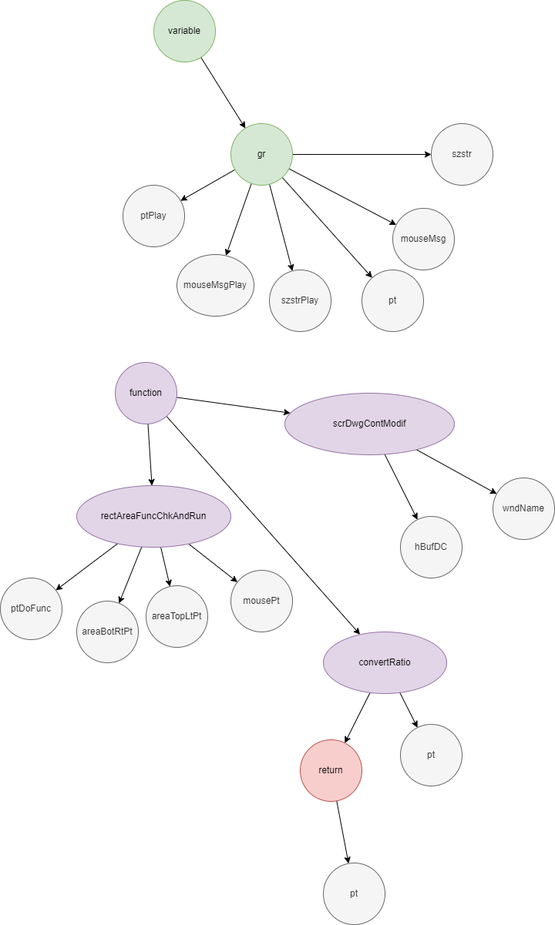
Before: drawio/files/graphic/h.drawio.png, a diagram exported from draw.io (Tanso-mct/GLPA). Source tidied: cells renumbered, new cells last; positions are measured from the earlier drawing's top-left corner, leaving out a move shared by most shapes. Source of this version:
```xml
<mxGraphModel>
  <root>
    <mxCell id="0" />
    <mxCell id="1" parent="0" />
    <mxCell id="2" style="edgeStyle=none;html=1;fontFamily=Helvetica;fontSize=12;fontColor=#333333;" parent="1" edge="1" source="8" target="9">
      <mxGeometry relative="1" as="geometry" />
    </mxCell>
    <mxCell id="3" style="edgeStyle=none;html=1;fontFamily=Helvetica;fontSize=12;fontColor=#333333;" parent="1" edge="1" source="8" target="10">
      <mxGeometry relative="1" as="geometry" />
    </mxCell>
    <mxCell id="4" style="edgeStyle=none;html=1;fontFamily=Helvetica;fontSize=12;fontColor=#333333;" parent="1" edge="1" source="8" target="11">
      <mxGeometry relative="1" as="geometry" />
    </mxCell>
    <mxCell id="5" style="edgeStyle=none;html=1;fontFamily=Helvetica;fontSize=12;fontColor=#333333;" parent="1" edge="1" source="8" target="12">
      <mxGeometry relative="1" as="geometry" />
    </mxCell>
    <mxCell id="6" style="edgeStyle=none;html=1;fontFamily=Helvetica;fontSize=12;fontColor=#333333;" parent="1" edge="1" source="8" target="13">
      <mxGeometry relative="1" as="geometry" />
    </mxCell>
    <mxCell id="7" style="edgeStyle=none;html=1;fontFamily=Helvetica;fontSize=12;fontColor=#333333;" parent="1" edge="1" source="8" target="14">
      <mxGeometry relative="1" as="geometry" />
    </mxCell>
    <mxCell id="8" value="gr" style="ellipse;whiteSpace=wrap;html=1;fillColor=#d5e8d4;strokeColor=#82b366;" parent="1" vertex="1">
      <mxGeometry x="299" y="160" width="80" height="80" as="geometry" />
    </mxCell>
    <mxCell id="9" value="szstr" style="ellipse;whiteSpace=wrap;html=1;strokeColor=#666666;fontFamily=Helvetica;fontSize=12;fontColor=#333333;fillColor=#f5f5f5;" parent="1" vertex="1">
      <mxGeometry x="559" y="160" width="80" height="80" as="geometry" />
    </mxCell>
    <mxCell id="10" value="mouseMsg" style="ellipse;whiteSpace=wrap;html=1;strokeColor=#666666;fontFamily=Helvetica;fontSize=12;fontColor=#333333;fillColor=#f5f5f5;" parent="1" vertex="1">
      <mxGeometry x="509" y="270" width="80" height="80" as="geometry" />
    </mxCell>
    <mxCell id="11" value="pt" style="ellipse;whiteSpace=wrap;html=1;strokeColor=#666666;fontFamily=Helvetica;fontSize=12;fontColor=#333333;fillColor=#f5f5f5;" parent="1" vertex="1">
      <mxGeometry x="469" y="350" width="80" height="80" as="geometry" />
    </mxCell>
    <mxCell id="12" value="szstrPlay" style="ellipse;whiteSpace=wrap;html=1;strokeColor=#666666;fontFamily=Helvetica;fontSize=12;fontColor=#333333;fillColor=#f5f5f5;" parent="1" vertex="1">
      <mxGeometry x="349" y="350" width="80" height="80" as="geometry" />
    </mxCell>
    <mxCell id="13" value="mouseMsgPlay" style="ellipse;whiteSpace=wrap;html=1;strokeColor=#666666;fontFamily=Helvetica;fontSize=12;fontColor=#333333;fillColor=#f5f5f5;" parent="1" vertex="1">
      <mxGeometry x="229" y="330" width="100" height="80" as="geometry" />
    </mxCell>
    <mxCell id="14" value="ptPlay" style="ellipse;whiteSpace=wrap;html=1;strokeColor=#666666;fontFamily=Helvetica;fontSize=12;fontColor=#333333;fillColor=#f5f5f5;" parent="1" vertex="1">
      <mxGeometry x="159" y="240" width="80" height="80" as="geometry" />
    </mxCell>
    <mxCell id="15" style="edgeStyle=none;html=1;fontFamily=Helvetica;fontSize=12;fontColor=#333333;" parent="1" edge="1" source="18" target="21">
      <mxGeometry relative="1" as="geometry" />
    </mxCell>
    <mxCell id="16" style="edgeStyle=none;html=1;fontFamily=Helvetica;fontSize=12;fontColor=#333333;" parent="1" edge="1" source="18" target="26">
      <mxGeometry relative="1" as="geometry" />
    </mxCell>
    <mxCell id="17" style="edgeStyle=none;html=1;fontFamily=Helvetica;fontSize=12;fontColor=#333333;" parent="1" edge="1" source="18" target="35">
      <mxGeometry relative="1" as="geometry" />
    </mxCell>
    <mxCell id="18" value="function" style="ellipse;whiteSpace=wrap;html=1;strokeColor=#9673a6;fontFamily=Helvetica;fontSize=12;fillColor=#e1d5e7;" parent="1" vertex="1">
      <mxGeometry x="149" y="470" width="80" height="80" as="geometry" />
    </mxCell>
    <mxCell id="19" style="edgeStyle=none;html=1;fontFamily=Helvetica;fontSize=12;fontColor=#333333;" parent="1" edge="1" source="21" target="31">
      <mxGeometry relative="1" as="geometry" />
    </mxCell>
    <mxCell id="20" style="edgeStyle=none;html=1;fontFamily=Helvetica;fontSize=12;fontColor=#333333;" parent="1" edge="1" source="21" target="32">
      <mxGeometry relative="1" as="geometry" />
    </mxCell>
    <mxCell id="21" value="scrDwgContModif" style="ellipse;whiteSpace=wrap;html=1;strokeColor=#9673a6;fontFamily=Helvetica;fontSize=12;fillColor=#e1d5e7;" parent="1" vertex="1">
      <mxGeometry x="369" y="510" width="220" height="80" as="geometry" />
    </mxCell>
    <mxCell id="22" style="edgeStyle=none;html=1;fontFamily=Helvetica;fontSize=12;fontColor=#333333;" parent="1" edge="1" source="26" target="27">
      <mxGeometry relative="1" as="geometry" />
    </mxCell>
    <mxCell id="23" style="edgeStyle=none;html=1;fontFamily=Helvetica;fontSize=12;fontColor=#333333;" parent="1" edge="1" source="26" target="28">
      <mxGeometry relative="1" as="geometry" />
    </mxCell>
    <mxCell id="24" style="edgeStyle=none;html=1;fontFamily=Helvetica;fontSize=12;fontColor=#333333;" parent="1" edge="1" source="26" target="29">
      <mxGeometry relative="1" as="geometry" />
    </mxCell>
    <mxCell id="25" style="edgeStyle=none;html=1;fontFamily=Helvetica;fontSize=12;fontColor=#333333;" parent="1" edge="1" source="26" target="30">
      <mxGeometry relative="1" as="geometry" />
    </mxCell>
    <mxCell id="26" value="rectAreaFuncChkAndRun" style="ellipse;whiteSpace=wrap;html=1;fillColor=#e1d5e7;strokeColor=#9673a6;" parent="1" vertex="1">
      <mxGeometry x="99" y="630" width="200" height="80" as="geometry" />
    </mxCell>
    <mxCell id="27" value="mousePt" style="ellipse;whiteSpace=wrap;html=1;strokeColor=#666666;fontFamily=Helvetica;fontSize=12;fontColor=#333333;fillColor=#f5f5f5;" parent="1" vertex="1">
      <mxGeometry x="299" y="740" width="80" height="80" as="geometry" />
    </mxCell>
    <mxCell id="28" value="areaTopLtPt" style="ellipse;whiteSpace=wrap;html=1;strokeColor=#666666;fontFamily=Helvetica;fontSize=12;fontColor=#333333;fillColor=#f5f5f5;" parent="1" vertex="1">
      <mxGeometry x="189" y="760" width="80" height="80" as="geometry" />
    </mxCell>
    <mxCell id="29" value="areaBotRtPt" style="ellipse;whiteSpace=wrap;html=1;strokeColor=#666666;fontFamily=Helvetica;fontSize=12;fontColor=#333333;fillColor=#f5f5f5;" parent="1" vertex="1">
      <mxGeometry x="99" y="780" width="80" height="80" as="geometry" />
    </mxCell>
    <mxCell id="30" value="ptDoFunc" style="ellipse;whiteSpace=wrap;html=1;strokeColor=#666666;fontFamily=Helvetica;fontSize=12;fontColor=#333333;fillColor=#f5f5f5;" parent="1" vertex="1">
      <mxGeometry y="750" width="80" height="80" as="geometry" />
    </mxCell>
    <mxCell id="31" value="wndName" style="ellipse;whiteSpace=wrap;html=1;strokeColor=#666666;fontFamily=Helvetica;fontSize=12;fontColor=#333333;fillColor=#f5f5f5;" parent="1" vertex="1">
      <mxGeometry x="639" y="620" width="80" height="80" as="geometry" />
    </mxCell>
    <mxCell id="32" value="hBufDC" style="ellipse;whiteSpace=wrap;html=1;strokeColor=#666666;fontFamily=Helvetica;fontSize=12;fontColor=#333333;fillColor=#f5f5f5;" parent="1" vertex="1">
      <mxGeometry x="519" y="670" width="80" height="80" as="geometry" />
    </mxCell>
    <mxCell id="33" style="edgeStyle=none;html=1;fontFamily=Helvetica;fontSize=12;fontColor=#333333;" parent="1" edge="1" source="35" target="36">
      <mxGeometry relative="1" as="geometry" />
    </mxCell>
    <mxCell id="34" style="edgeStyle=none;html=1;fontFamily=Helvetica;fontSize=12;fontColor=#333333;" parent="1" edge="1" source="35" target="38">
      <mxGeometry relative="1" as="geometry" />
    </mxCell>
    <mxCell id="35" value="convertRatio" style="ellipse;whiteSpace=wrap;html=1;strokeColor=#9673a6;fontFamily=Helvetica;fontSize=12;fillColor=#e1d5e7;" parent="1" vertex="1">
      <mxGeometry x="419" y="820" width="160" height="80" as="geometry" />
    </mxCell>
    <mxCell id="36" value="pt" style="ellipse;whiteSpace=wrap;html=1;strokeColor=#666666;fontFamily=Helvetica;fontSize=12;fontColor=#333333;fillColor=#f5f5f5;" parent="1" vertex="1">
      <mxGeometry x="519" y="940" width="80" height="80" as="geometry" />
    </mxCell>
    <mxCell id="37" style="edgeStyle=none;html=1;fontFamily=Helvetica;fontSize=12;fontColor=#333333;" parent="1" edge="1" source="38" target="39">
      <mxGeometry relative="1" as="geometry" />
    </mxCell>
    <mxCell id="38" value="return" style="ellipse;whiteSpace=wrap;html=1;strokeColor=#b85450;fontFamily=Helvetica;fontSize=12;fillColor=#f8cecc;" parent="1" vertex="1">
      <mxGeometry x="389" y="960" width="80" height="80" as="geometry" />
    </mxCell>
    <mxCell id="39" value="pt" style="ellipse;whiteSpace=wrap;html=1;strokeColor=#666666;fontFamily=Helvetica;fontSize=12;fontColor=#333333;fillColor=#f5f5f5;" parent="1" vertex="1">
      <mxGeometry x="419" y="1120" width="80" height="80" as="geometry" />
    </mxCell>
    <mxCell id="40" style="edgeStyle=none;html=1;fontFamily=Helvetica;fontSize=12;fontColor=#333333;" parent="1" edge="1" source="41" target="8">
      <mxGeometry relative="1" as="geometry" />
    </mxCell>
    <mxCell id="41" value="variable" style="ellipse;whiteSpace=wrap;html=1;strokeColor=#82b366;fontFamily=Helvetica;fontSize=12;fillColor=#d5e8d4;" parent="1" vertex="1">
      <mxGeometry x="199" width="80" height="80" as="geometry" />
    </mxCell>
  </root>
</mxGraphModel>
```
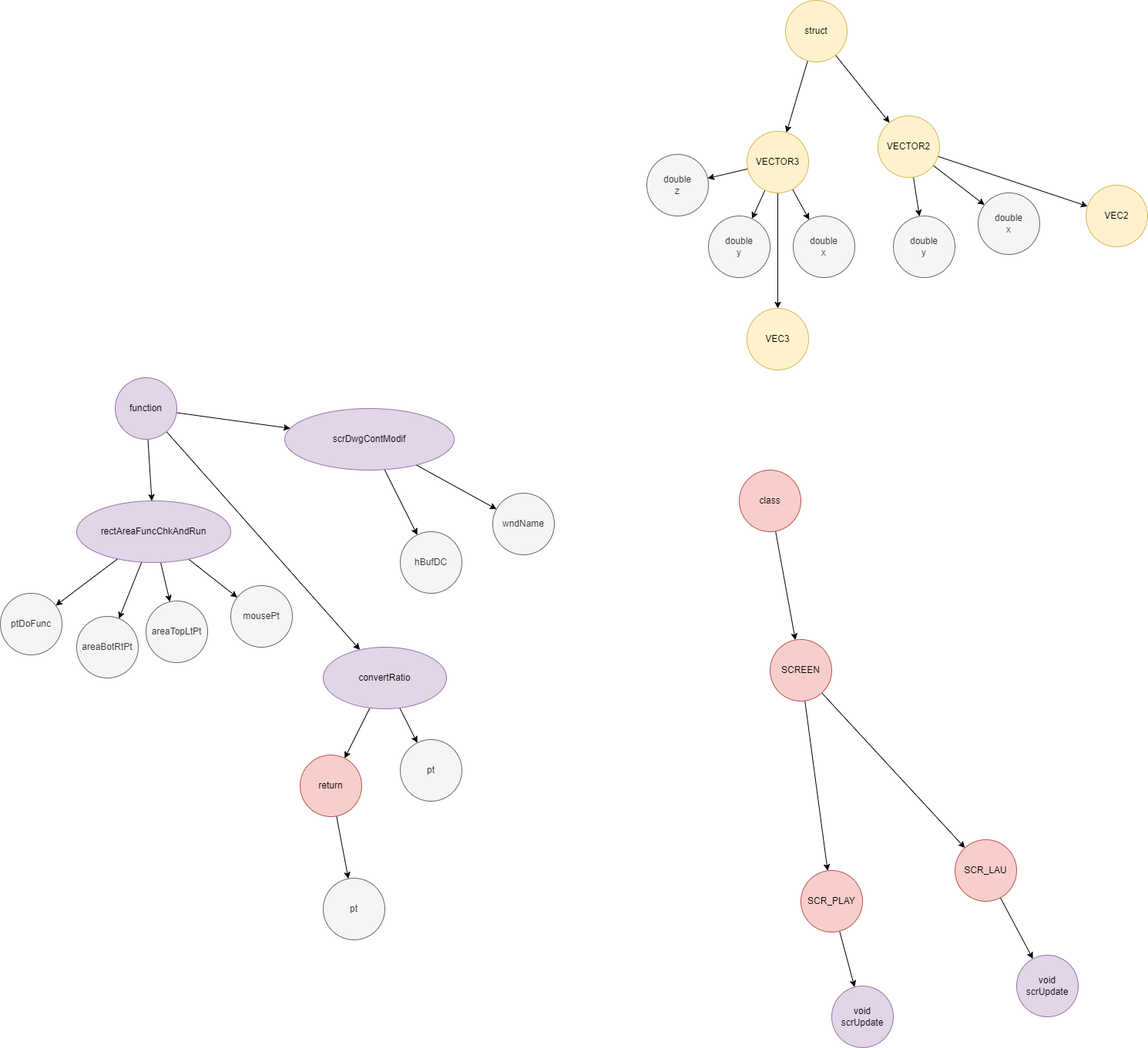
After the change.

What changed in the source:
```diff
@@ -2,45 +2,6 @@
   <root>
     <mxCell id="0" />
     <mxCell id="1" parent="0" />
-    <mxCell id="2" style="edgeStyle=none;html=1;fontFamily=Helvetica;fontSize=12;fontColor=#333333;" parent="1" edge="1" source="8" target="9">
-      <mxGeometry relative="1" as="geometry" />
-    </mxCell>
-    <mxCell id="3" style="edgeStyle=none;html=1;fontFamily=Helvetica;fontSize=12;fontColor=#333333;" parent="1" edge="1" source="8" target="10">
-      <mxGeometry relative="1" as="geometry" />
-    </mxCell>
-    <mxCell id="4" style="edgeStyle=none;html=1;fontFamily=Helvetica;fontSize=12;fontColor=#333333;" parent="1" edge="1" source="8" target="11">
-      <mxGeometry relative="1" as="geometry" />
-    </mxCell>
-    <mxCell id="5" style="edgeStyle=none;html=1;fontFamily=Helvetica;fontSize=12;fontColor=#333333;" parent="1" edge="1" source="8" target="12">
-      <mxGeometry relative="1" as="geometry" />
-    </mxCell>
-    <mxCell id="6" style="edgeStyle=none;html=1;fontFamily=Helvetica;fontSize=12;fontColor=#333333;" parent="1" edge="1" source="8" target="13">
-      <mxGeometry relative="1" as="geometry" />
-    </mxCell>
-    <mxCell id="7" style="edgeStyle=none;html=1;fontFamily=Helvetica;fontSize=12;fontColor=#333333;" parent="1" edge="1" source="8" target="14">
-      <mxGeometry relative="1" as="geometry" />
-    </mxCell>
-    <mxCell id="8" value="gr" style="ellipse;whiteSpace=wrap;html=1;fillColor=#d5e8d4;strokeColor=#82b366;" parent="1" vertex="1">
-      <mxGeometry x="299" y="160" width="80" height="80" as="geometry" />
-    </mxCell>
-    <mxCell id="9" value="szstr" style="ellipse;whiteSpace=wrap;html=1;strokeColor=#666666;fontFamily=Helvetica;fontSize=12;fontColor=#333333;fillColor=#f5f5f5;" parent="1" vertex="1">
-      <mxGeometry x="559" y="160" width="80" height="80" as="geometry" />
-    </mxCell>
-    <mxCell id="10" value="mouseMsg" style="ellipse;whiteSpace=wrap;html=1;strokeColor=#666666;fontFamily=Helvetica;fontSize=12;fontColor=#333333;fillColor=#f5f5f5;" parent="1" vertex="1">
-      <mxGeometry x="509" y="270" width="80" height="80" as="geometry" />
-    </mxCell>
-    <mxCell id="11" value="pt" style="ellipse;whiteSpace=wrap;html=1;strokeColor=#666666;fontFamily=Helvetica;fontSize=12;fontColor=#333333;fillColor=#f5f5f5;" parent="1" vertex="1">
-      <mxGeometry x="469" y="350" width="80" height="80" as="geometry" />
-    </mxCell>
-    <mxCell id="12" value="szstrPlay" style="ellipse;whiteSpace=wrap;html=1;strokeColor=#666666;fontFamily=Helvetica;fontSize=12;fontColor=#333333;fillColor=#f5f5f5;" parent="1" vertex="1">
-      <mxGeometry x="349" y="350" width="80" height="80" as="geometry" />
-    </mxCell>
-    <mxCell id="13" value="mouseMsgPlay" style="ellipse;whiteSpace=wrap;html=1;strokeColor=#666666;fontFamily=Helvetica;fontSize=12;fontColor=#333333;fillColor=#f5f5f5;" parent="1" vertex="1">
-      <mxGeometry x="229" y="330" width="100" height="80" as="geometry" />
-    </mxCell>
-    <mxCell id="14" value="ptPlay" style="ellipse;whiteSpace=wrap;html=1;strokeColor=#666666;fontFamily=Helvetica;fontSize=12;fontColor=#333333;fillColor=#f5f5f5;" parent="1" vertex="1">
-      <mxGeometry x="159" y="240" width="80" height="80" as="geometry" />
-    </mxCell>
     <mxCell id="15" style="edgeStyle=none;html=1;fontFamily=Helvetica;fontSize=12;fontColor=#333333;" parent="1" edge="1" source="18" target="21">
       <mxGeometry relative="1" as="geometry" />
     </mxCell>
@@ -116,11 +77,95 @@
     <mxCell id="39" value="pt" style="ellipse;whiteSpace=wrap;html=1;strokeColor=#666666;fontFamily=Helvetica;fontSize=12;fontColor=#333333;fillColor=#f5f5f5;" parent="1" vertex="1">
       <mxGeometry x="419" y="1120" width="80" height="80" as="geometry" />
     </mxCell>
-    <mxCell id="40" style="edgeStyle=none;html=1;fontFamily=Helvetica;fontSize=12;fontColor=#333333;" parent="1" edge="1" source="41" target="8">
-      <mxGeometry relative="1" as="geometry" />
-    </mxCell>
-    <mxCell id="41" value="variable" style="ellipse;whiteSpace=wrap;html=1;strokeColor=#82b366;fontFamily=Helvetica;fontSize=12;fillColor=#d5e8d4;" parent="1" vertex="1">
-      <mxGeometry x="199" width="80" height="80" as="geometry" />
-    </mxCell>
+    <mxCell id="42" style="edgeStyle=none;html=1;fontFamily=Helvetica;fontSize=12;fontColor=#333333;" parent="1" edge="1" source="44" target="48">
+      <mxGeometry relative="1" as="geometry" />
+    </mxCell>
+    <mxCell id="43" style="edgeStyle=none;html=1;fontFamily=Helvetica;fontSize=12;fontColor=#333333;" parent="1" edge="1" source="44" target="55">
+      <mxGeometry relative="1" as="geometry" />
+    </mxCell>
+    <mxCell id="44" value="struct" style="ellipse;whiteSpace=wrap;html=1;strokeColor=#d6b656;fontFamily=Helvetica;fontSize=12;fillColor=#fff2cc;" parent="1" vertex="1">
+      <mxGeometry x="1019" y="-20" width="80" height="80" as="geometry" />
+    </mxCell>
+    <mxCell id="45" style="edgeStyle=none;html=1;fontFamily=Helvetica;fontSize=12;fontColor=#333333;" parent="1" edge="1" source="48" target="49">
+      <mxGeometry relative="1" as="geometry" />
+    </mxCell>
+    <mxCell id="46" style="edgeStyle=none;html=1;fontFamily=Helvetica;fontSize=12;fontColor=#333333;" parent="1" edge="1" source="48" target="50">
+      <mxGeometry relative="1" as="geometry" />
+    </mxCell>
+    <mxCell id="47" style="edgeStyle=none;html=1;fontFamily=Helvetica;fontSize=12;fontColor=#333333;" parent="1" edge="1" source="48" target="59">
+      <mxGeometry relative="1" as="geometry" />
+    </mxCell>
+    <mxCell id="48" value="VECTOR2" style="ellipse;whiteSpace=wrap;html=1;strokeColor=#d6b656;fontFamily=Helvetica;fontSize=12;fillColor=#fff2cc;" parent="1" vertex="1">
+      <mxGeometry x="1139" y="130" width="80" height="80" as="geometry" />
+    </mxCell>
+    <mxCell id="49" value="double&lt;br&gt;x" style="ellipse;whiteSpace=wrap;html=1;strokeColor=#666666;fontFamily=Helvetica;fontSize=12;fontColor=#333333;fillColor=#f5f5f5;" parent="1" vertex="1">
+      <mxGeometry x="1269" y="230" width="80" height="80" as="geometry" />
+    </mxCell>
+    <mxCell id="50" value="double&lt;br&gt;y" style="ellipse;whiteSpace=wrap;html=1;strokeColor=#666666;fontFamily=Helvetica;fontSize=12;fontColor=#333333;fillColor=#f5f5f5;" parent="1" vertex="1">
+      <mxGeometry x="1159" y="260" width="80" height="80" as="geometry" />
+    </mxCell>
+    <mxCell id="51" style="edgeStyle=none;html=1;fontFamily=Helvetica;fontSize=12;fontColor=#333333;" parent="1" edge="1" source="55" target="56">
+      <mxGeometry relative="1" as="geometry" />
+    </mxCell>
+    <mxCell id="52" style="edgeStyle=none;html=1;fontFamily=Helvetica;fontSize=12;fontColor=#333333;" parent="1" edge="1" source="55" target="57">
+      <mxGeometry relative="1" as="geometry" />
+    </mxCell>
+    <mxCell id="53" style="edgeStyle=none;html=1;fontFamily=Helvetica;fontSize=12;fontColor=#333333;" parent="1" edge="1" source="55" target="58">
+      <mxGeometry relative="1" as="geometry" />
+    </mxCell>
+    <mxCell id="54" style="edgeStyle=none;html=1;fontFamily=Helvetica;fontSize=12;fontColor=#333333;" parent="1" edge="1" source="55" target="60">
+      <mxGeometry relative="1" as="geometry" />
+    </mxCell>
+    <mxCell id="55" value="VECTOR3" style="ellipse;whiteSpace=wrap;html=1;strokeColor=#d6b656;fontFamily=Helvetica;fontSize=12;fillColor=#fff2cc;" parent="1" vertex="1">
+      <mxGeometry x="969" y="150" width="80" height="80" as="geometry" />
+    </mxCell>
+    <mxCell id="56" value="double&lt;br&gt;x" style="ellipse;whiteSpace=wrap;html=1;strokeColor=#666666;fontFamily=Helvetica;fontSize=12;fontColor=#333333;fillColor=#f5f5f5;" parent="1" vertex="1">
+      <mxGeometry x="1029" y="260" width="80" height="80" as="geometry" />
+    </mxCell>
+    <mxCell id="57" value="double&lt;br&gt;y" style="ellipse;whiteSpace=wrap;html=1;strokeColor=#666666;fontFamily=Helvetica;fontSize=12;fontColor=#333333;fillColor=#f5f5f5;" parent="1" vertex="1">
+      <mxGeometry x="919" y="260" width="80" height="80" as="geometry" />
+    </mxCell>
+    <mxCell id="58" value="double&lt;br&gt;z" style="ellipse;whiteSpace=wrap;html=1;strokeColor=#666666;fontFamily=Helvetica;fontSize=12;fontColor=#333333;fillColor=#f5f5f5;" parent="1" vertex="1">
+      <mxGeometry x="839" y="180" width="80" height="80" as="geometry" />
+    </mxCell>
+    <mxCell id="59" value="VEC2" style="ellipse;whiteSpace=wrap;html=1;strokeColor=#d6b656;fontFamily=Helvetica;fontSize=12;fillColor=#fff2cc;" parent="1" vertex="1">
+      <mxGeometry x="1409" y="220" width="80" height="80" as="geometry" />
+    </mxCell>
+    <mxCell id="60" value="VEC3" style="ellipse;whiteSpace=wrap;html=1;strokeColor=#d6b656;fontFamily=Helvetica;fontSize=12;fillColor=#fff2cc;" parent="1" vertex="1">
+      <mxGeometry x="969" y="380" width="80" height="80" as="geometry" />
+    </mxCell>
+    <mxCell id="61" style="edgeStyle=none;html=1;fontFamily=Helvetica;fontSize=12;fontColor=#333333;" parent="1" edge="1" source="62" target="65">
+      <mxGeometry relative="1" as="geometry" />
+    </mxCell>
+    <mxCell id="62" value="class" style="ellipse;whiteSpace=wrap;html=1;strokeColor=#b85450;fontFamily=Helvetica;fontSize=12;fillColor=#f8cecc;" parent="1" vertex="1">
+      <mxGeometry x="959" y="590" width="80" height="80" as="geometry" />
+    </mxCell>
+    <mxCell id="63" style="edgeStyle=none;html=1;fontFamily=Helvetica;fontSize=12;fontColor=#333333;" parent="1" edge="1" source="65" target="67">
+      <mxGeometry relative="1" as="geometry" />
+    </mxCell>
+    <mxCell id="64" style="edgeStyle=none;html=1;fontFamily=Helvetica;fontSize=12;fontColor=#333333;" parent="1" edge="1" source="65" target="69">
+      <mxGeometry relative="1" as="geometry" />
+    </mxCell>
+    <mxCell id="65" value="SCREEN" style="ellipse;whiteSpace=wrap;html=1;fillColor=#f8cecc;strokeColor=#b85450;" parent="1" vertex="1">
+      <mxGeometry x="999" y="810" width="80" height="80" as="geometry" />
+    </mxCell>
+    <mxCell id="66" style="edgeStyle=none;html=1;fontFamily=Helvetica;fontSize=12;fontColor=#333333;" parent="1" edge="1" source="67" target="70">
+      <mxGeometry relative="1" as="geometry" />
+    </mxCell>
+    <mxCell id="67" value="SCR_LAU" style="ellipse;whiteSpace=wrap;html=1;fillColor=#f8cecc;strokeColor=#b85450;" parent="1" vertex="1">
+      <mxGeometry x="1239" y="1070" width="80" height="80" as="geometry" />
+    </mxCell>
+    <mxCell id="68" style="edgeStyle=none;html=1;fontFamily=Helvetica;fontSize=12;fontColor=#333333;" parent="1" edge="1" source="69" target="71">
+      <mxGeometry relative="1" as="geometry" />
+    </mxCell>
+    <mxCell id="69" value="SCR_PLAY" style="ellipse;whiteSpace=wrap;html=1;strokeColor=#b85450;fontFamily=Helvetica;fontSize=12;fillColor=#f8cecc;" parent="1" vertex="1">
+      <mxGeometry x="1039" y="1110" width="80" height="80" as="geometry" />
+    </mxCell>
+    <mxCell id="70" value="void&lt;br&gt;scrUpdate" style="ellipse;whiteSpace=wrap;html=1;strokeColor=#9673a6;fontFamily=Helvetica;fontSize=12;fillColor=#e1d5e7;" parent="1" vertex="1">
+      <mxGeometry x="1319" y="1220" width="80" height="80" as="geometry" />
+    </mxCell>
+    <mxCell id="71" value="void&lt;br&gt;scrUpdate" style="ellipse;whiteSpace=wrap;html=1;strokeColor=#9673a6;fontFamily=Helvetica;fontSize=12;fillColor=#e1d5e7;" parent="1" vertex="1">
+      <mxGeometry x="1079" y="1260" width="80" height="80" as="geometry" />
+    </mxCell>
   </root>
 </mxGraphModel>
```
